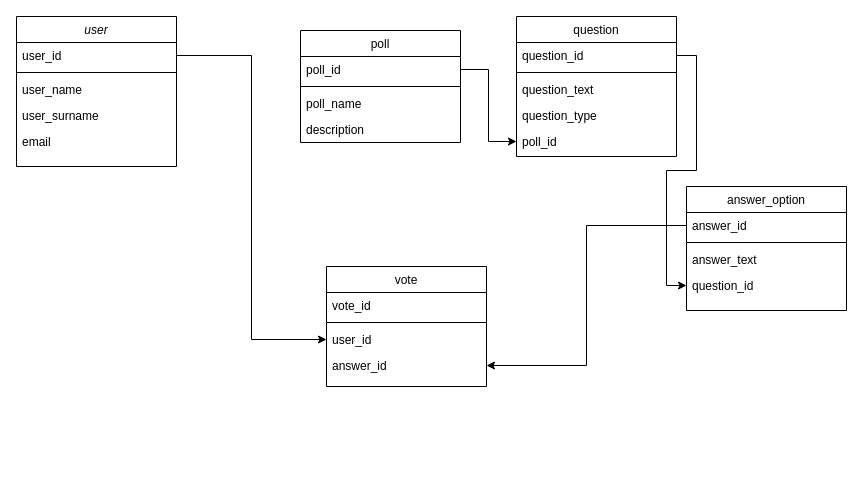
Above: схема.drawio in Certer001/scheme (draw.io), before the change. Source tidied: cells renumbered, new cells numbered last; positions are measured from the earlier drawing's top-left corner, leaving out a move shared by most shapes. Both pictures are drawn from the tidied source at 100%, with x=0, y=0 at pixel (16, 16).
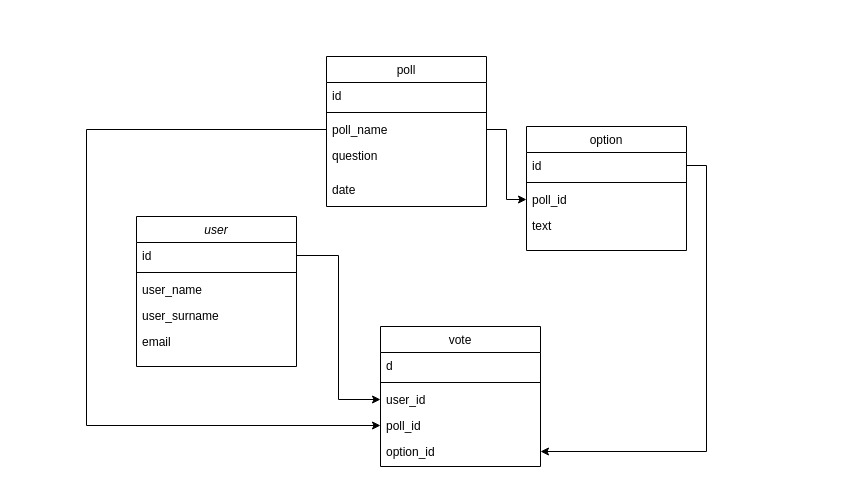
Above is the later version.

Unchanged cells that the change refers to:
```xml
<mxCell id="16" value="poll_name" style="text;align=left;verticalAlign=top;spacingLeft=4;spacingRight=4;overflow=hidden;points=[[0,0.5],[1,0.5]];portConstraint=eastwest;rounded=0;shadow=0;html=0;" parent="13" vertex="1">
  <mxGeometry y="60" width="160" height="26" as="geometry" />
</mxCell>
```

The edit, as a diff of the source:
```diff
@@
     <mxCell id="2" value="user" style="swimlane;fontStyle=2;align=center;verticalAlign=top;horizontal=1;startSize=26;rounded=0;shadow=0;strokeWidth=1;" parent="1" vertex="1">
-      <mxGeometry width="160" height="150" as="geometry" />
+      <mxGeometry x="120" y="200" width="160" height="150" as="geometry" />
     </mxCell>
-    <mxCell id="3" value="user_id" style="text;align=left;verticalAlign=top;spacingLeft=4;spacingRight=4;overflow=hidden;points=[[0,0.5],[1,0.5]];portConstraint=eastwest;rounded=0;shadow=0;html=0;" parent="2" vertex="1">
+    <mxCell id="3" value="id" style="text;align=left;verticalAlign=top;spacingLeft=4;spacingRight=4;overflow=hidden;points=[[0,0.5],[1,0.5]];portConstraint=eastwest;rounded=0;shadow=0;html=0;" parent="2" vertex="1">
       <mxGeometry y="26" width="160" height="26" as="geometry" />
     </mxCell>
@@
-    <mxCell id="8" value="answer_option" style="swimlane;fontStyle=0;align=center;verticalAlign=top;horizontal=1;startSize=26;rounded=0;shadow=0;strokeWidth=1;" parent="1" vertex="1">
-      <mxGeometry x="670" y="170" width="160" height="124" as="geometry" />
+    <mxCell id="8" value="option" style="swimlane;fontStyle=0;align=center;verticalAlign=top;horizontal=1;startSize=26;rounded=0;shadow=0;strokeWidth=1;" parent="1" vertex="1">
+      <mxGeometry x="510" y="110" width="160" height="124" as="geometry" />
     </mxCell>
-    <mxCell id="9" value="answer_id" style="text;align=left;verticalAlign=top;spacingLeft=4;spacingRight=4;overflow=hidden;points=[[0,0.5],[1,0.5]];portConstraint=eastwest;" parent="8" vertex="1">
+    <mxCell id="9" value="id" style="text;align=left;verticalAlign=top;spacingLeft=4;spacingRight=4;overflow=hidden;points=[[0,0.5],[1,0.5]];portConstraint=eastwest;" parent="8" vertex="1">
       <mxGeometry y="26" width="160" height="26" as="geometry" />
     </mxCell>
@@
-    <mxCell id="11" value="answer_text" style="text;align=left;verticalAlign=top;spacingLeft=4;spacingRight=4;overflow=hidden;points=[[0,0.5],[1,0.5]];portConstraint=eastwest;rounded=0;shadow=0;html=0;" parent="8" vertex="1">
+    <mxCell id="11" value="poll_id" style="text;align=left;verticalAlign=top;spacingLeft=4;spacingRight=4;overflow=hidden;points=[[0,0.5],[1,0.5]];portConstraint=eastwest;rounded=0;shadow=0;html=0;" parent="8" vertex="1">
       <mxGeometry y="60" width="160" height="26" as="geometry" />
     </mxCell>
-    <mxCell id="12" value="question_id" style="text;align=left;verticalAlign=top;spacingLeft=4;spacingRight=4;overflow=hidden;points=[[0,0.5],[1,0.5]];portConstraint=eastwest;" parent="8" vertex="1">
+    <mxCell id="12" value="text" style="text;align=left;verticalAlign=top;spacingLeft=4;spacingRight=4;overflow=hidden;points=[[0,0.5],[1,0.5]];portConstraint=eastwest;" parent="8" vertex="1">
       <mxGeometry y="86" width="160" height="26" as="geometry" />
     </mxCell>
     <mxCell id="13" value="poll" style="swimlane;fontStyle=0;align=center;verticalAlign=top;horizontal=1;startSize=26;rounded=0;shadow=0;strokeWidth=1;" parent="1" vertex="1">
-      <mxGeometry x="284" y="14" width="160" height="112" as="geometry" />
+      <mxGeometry x="310" y="40" width="160" height="150" as="geometry" />
     </mxCell>
-    <mxCell id="14" value="poll_id" style="text;align=left;verticalAlign=top;spacingLeft=4;spacingRight=4;overflow=hidden;points=[[0,0.5],[1,0.5]];portConstraint=eastwest;" parent="13" vertex="1">
+    <mxCell id="14" value="id" style="text;align=left;verticalAlign=top;spacingLeft=4;spacingRight=4;overflow=hidden;points=[[0,0.5],[1,0.5]];portConstraint=eastwest;" parent="13" vertex="1">
       <mxGeometry y="26" width="160" height="26" as="geometry" />
     </mxCell>
@@
-    <mxCell id="17" value="description" style="text;align=left;verticalAlign=top;spacingLeft=4;spacingRight=4;overflow=hidden;rounded=0;shadow=0;html=0;" parent="13" vertex="1">
-      <mxGeometry y="86" width="160" height="26" as="geometry" />
+    <mxCell id="17" value="question&#10;" style="text;align=left;verticalAlign=top;spacingLeft=4;spacingRight=4;overflow=hidden;rounded=0;shadow=0;html=0;" parent="13" vertex="1">
+      <mxGeometry y="86" width="160" height="34" as="geometry" />
     </mxCell>
-    <mxCell id="18" value="question" style="swimlane;fontStyle=0;align=center;verticalAlign=top;horizontal=1;startSize=26;rounded=0;shadow=0;strokeWidth=1;" parent="1" vertex="1">
-      <mxGeometry x="500" width="160" height="140" as="geometry" />
-    </mxCell>
-    <mxCell id="19" value="question_id" style="text;align=left;verticalAlign=top;spacingLeft=4;spacingRight=4;overflow=hidden;points=[[0,0.5],[1,0.5]];portConstraint=eastwest;" parent="18" vertex="1">
-      <mxGeometry y="26" width="160" height="26" as="geometry" />
-    </mxCell>
-    <mxCell id="20" style="line;html=1;strokeWidth=1;align=left;verticalAlign=middle;spacingTop=-1;spacingLeft=3;spacingRight=3;labelPosition=right;" parent="18" vertex="1">
-      <mxGeometry y="52" width="160" height="8" as="geometry" />
-    </mxCell>
-    <mxCell id="21" value="question_text" style="text;align=left;verticalAlign=top;spacingLeft=4;spacingRight=4;overflow=hidden;rounded=0;shadow=0;html=0;" parent="18" vertex="1">
-      <mxGeometry y="60" width="160" height="26" as="geometry" />
-    </mxCell>
-    <mxCell id="22" value="question_type" style="text;align=left;verticalAlign=top;spacingLeft=4;spacingRight=4;overflow=hidden;rounded=0;shadow=0;html=0;" parent="18" vertex="1">
-      <mxGeometry y="86" width="160" height="26" as="geometry" />
-    </mxCell>
-    <mxCell id="23" value="poll_id" style="text;align=left;verticalAlign=top;spacingLeft=4;spacingRight=4;overflow=hidden;points=[[0,0.5],[1,0.5]];portConstraint=eastwest;rounded=0;shadow=0;html=0;" parent="18" vertex="1">
-      <mxGeometry y="112" width="160" height="26" as="geometry" />
-    </mxCell>
-    <mxCell id="24" style="edgeStyle=orthogonalEdgeStyle;rounded=0;jettySize=auto;html=1;entryX=0;entryY=0.5;entryDx=0;entryDy=0;" parent="1" edge="1" source="14" target="23">
-      <mxGeometry relative="1" as="geometry" />
-    </mxCell>
-    <mxCell id="25" style="edgeStyle=orthogonalEdgeStyle;rounded=0;jettySize=auto;html=1;entryX=0;entryY=0.5;entryDx=0;entryDy=0;" parent="1" edge="1" source="19" target="12">
-      <mxGeometry relative="1" as="geometry" />
-    </mxCell>
+    <mxCell id="33" value="date" style="text;align=left;verticalAlign=top;spacingLeft=4;spacingRight=4;overflow=hidden;rounded=0;shadow=0;html=0;" parent="13" vertex="1">
+      <mxGeometry y="120" width="160" height="30" as="geometry" />
+    </mxCell>
     <mxCell id="26" value="vote" style="swimlane;fontStyle=0;align=center;verticalAlign=top;horizontal=1;startSize=26;rounded=0;shadow=0;strokeWidth=1;" parent="1" vertex="1">
-      <mxGeometry x="310" y="250" width="160" height="120" as="geometry" />
+      <mxGeometry x="364" y="310" width="160" height="140" as="geometry" />
     </mxCell>
-    <mxCell id="27" value="vote_id" style="text;align=left;verticalAlign=top;spacingLeft=4;spacingRight=4;overflow=hidden;" parent="26" vertex="1">
+    <mxCell id="27" value="d" style="text;align=left;verticalAlign=top;spacingLeft=4;spacingRight=4;overflow=hidden;" parent="26" vertex="1">
       <mxGeometry y="26" width="160" height="26" as="geometry" />
     </mxCell>
@@
-    <mxCell id="30" value="answer_id" style="text;align=left;verticalAlign=top;spacingLeft=4;spacingRight=4;overflow=hidden;points=[[0,0.5],[1,0.5]];portConstraint=eastwest;" parent="26" vertex="1">
+    <mxCell id="30" value="poll_id" style="text;align=left;verticalAlign=top;spacingLeft=4;spacingRight=4;overflow=hidden;points=[[0,0.5],[1,0.5]];portConstraint=eastwest;" parent="26" vertex="1">
       <mxGeometry y="86" width="160" height="26" as="geometry" />
     </mxCell>
+    <mxCell id="34" value="option_id" style="text;align=left;verticalAlign=top;spacingLeft=4;spacingRight=4;overflow=hidden;points=[[0,0.5],[1,0.5]];portConstraint=eastwest;" parent="26" vertex="1">
+      <mxGeometry y="112" width="160" height="26" as="geometry" />
+    </mxCell>
@@
-    <mxCell id="32" style="edgeStyle=orthogonalEdgeStyle;rounded=0;jettySize=auto;html=1;entryX=1;entryY=0.5;entryDx=0;entryDy=0;" parent="1" edge="1" source="9" target="30">
-      <mxGeometry relative="1" as="geometry" />
-    </mxCell>
+    <mxCell id="35" style="edgeStyle=orthogonalEdgeStyle;rounded=0;jettySize=auto;html=1;entryX=0;entryY=0.5;entryDx=0;entryDy=0;" parent="1" edge="1" source="16" target="11">
+      <mxGeometry relative="1" as="geometry" />
+    </mxCell>
+    <mxCell id="36" style="edgeStyle=orthogonalEdgeStyle;rounded=0;jettySize=auto;html=1;exitX=1;exitY=0.5;exitDx=0;exitDy=0;entryX=1;entryY=0.5;entryDx=0;entryDy=0;" parent="1" edge="1" source="9" target="34">
+      <mxGeometry relative="1" as="geometry" />
+    </mxCell>
+    <mxCell id="37" style="edgeStyle=orthogonalEdgeStyle;rounded=0;jettySize=auto;html=1;exitX=0;exitY=0.5;exitDx=0;exitDy=0;entryX=0;entryY=0.5;entryDx=0;entryDy=0;" parent="1" edge="1" source="16" target="30">
+      <mxGeometry relative="1" as="geometry">
+        <Array as="points">
+          <mxPoint x="70" y="113" />
+          <mxPoint x="70" y="409" />
+        </Array>
+      </mxGeometry>
+    </mxCell>
```
